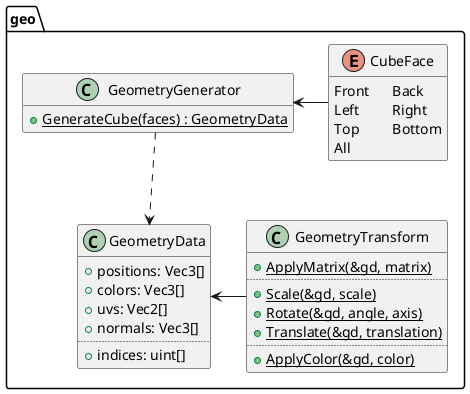
This is design/shapes.png from ba6er/marblemaze, a PlantUML export, as it was before one commit.
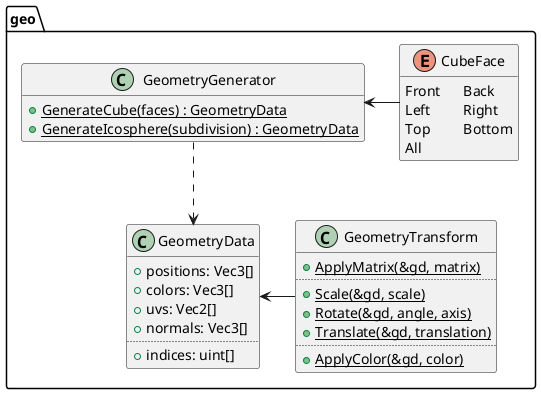
The same diagram one commit later.

Commit message:
Added GeometryGenerator::GenerateIcosphere

What changed in the source:
```diff
@@ -21,6 +21,7 @@
 
 class geo::GeometryGenerator {
 	{static} +GenerateCube(faces) : GeometryData
+	{static} +GenerateIcosphere(subdivision) : GeometryData
 }
 hide GeometryGenerator fields
 
```
